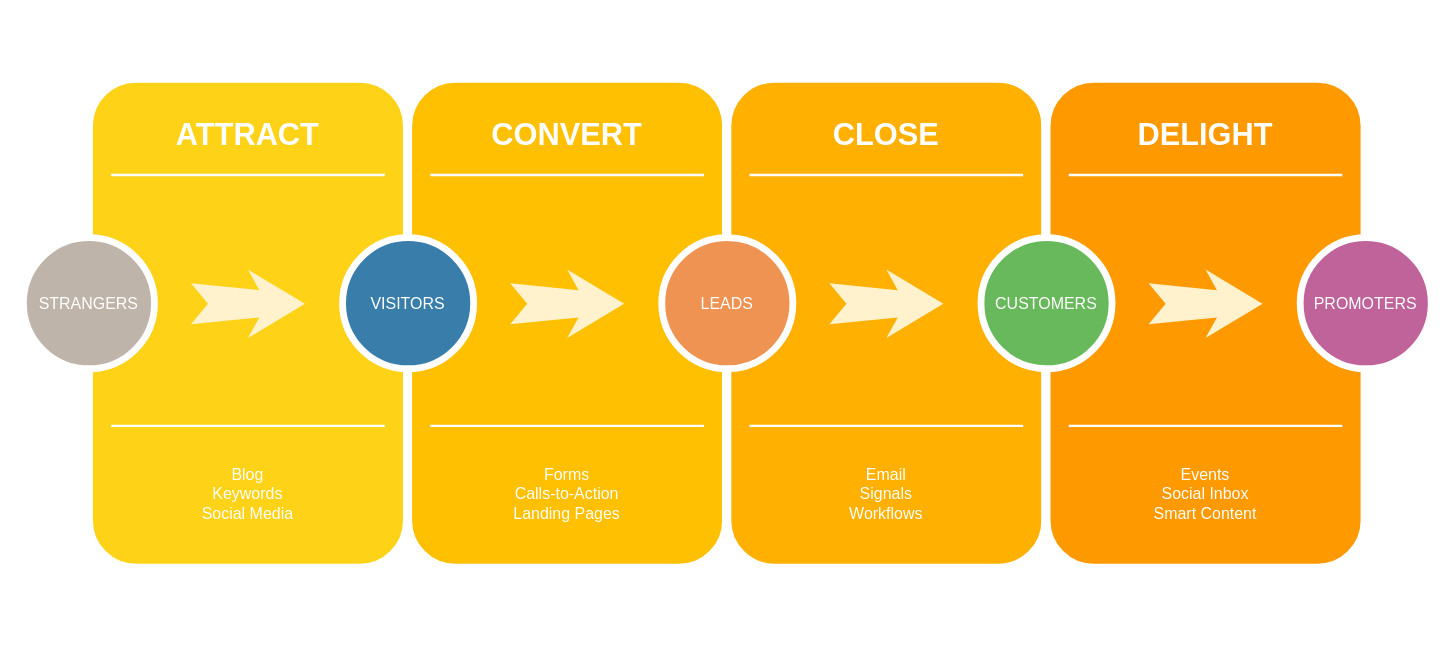
Above: Untitled Diagram.drawio in alonsodiaxz/Cliente-Multimedia (draw.io), before the change. Source tidied: cells renumbered, new cells numbered last; positions are measured from the earlier drawing's top-left corner, leaving out a move shared by most shapes. Both pictures are drawn from the tidied source at 114%, with x=0, y=0 at pixel (23, 78).
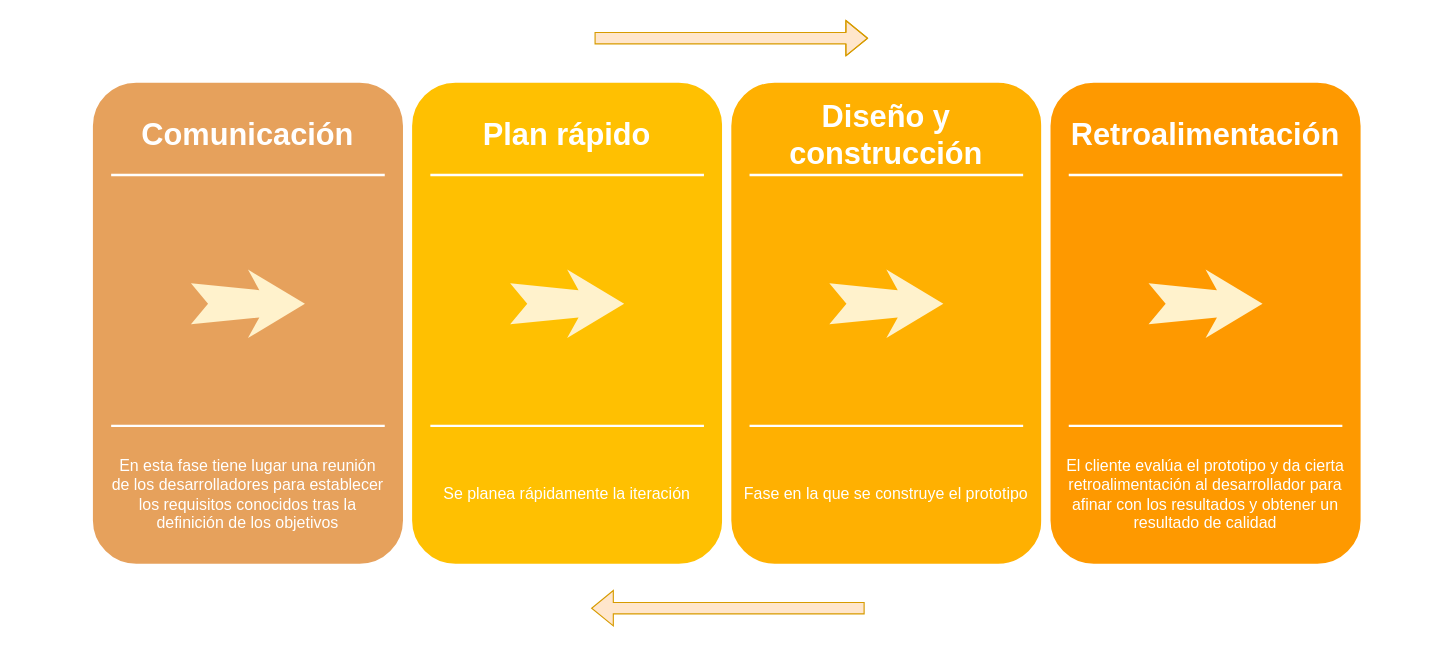
The same page after the edit.

Commit message:
Metodologia de prototipos

Change to the diagram source:
```diff
@@
-    <mxCell id="2" style="whiteSpace=wrap;html=1;rounded=1;shadow=0;strokeWidth=8;fontSize=20;align=center;fillColor=#FED217;strokeColor=#FFFFFF;" parent="1" vertex="1">
+    <mxCell id="2" style="whiteSpace=wrap;html=1;rounded=1;shadow=0;strokeWidth=8;fontSize=20;align=center;fillColor=#E6A15C;strokeColor=#FFFFFF;" parent="1" vertex="1">
       <mxGeometry x="57" width="280" height="430" as="geometry" />
     </mxCell>
-    <mxCell id="3" value="ATTRACT" style="text;html=1;strokeColor=none;fillColor=none;align=center;verticalAlign=middle;whiteSpace=wrap;rounded=0;shadow=0;fontSize=27;fontColor=#FFFFFF;fontStyle=1;" parent="1" vertex="1">
+    <mxCell id="3" value="Comunicación" style="text;html=1;strokeColor=none;fillColor=none;align=center;verticalAlign=middle;whiteSpace=wrap;rounded=0;shadow=0;fontSize=27;fontColor=#FFFFFF;fontStyle=1;" parent="1" vertex="1">
       <mxGeometry x="57" y="20" width="280" height="60" as="geometry" />
     </mxCell>
-    <mxCell id="4" value="Blog&lt;div&gt;Keywords&lt;/div&gt;&lt;div&gt;Social Media&lt;/div&gt;" style="text;html=1;strokeColor=none;fillColor=none;align=center;verticalAlign=middle;whiteSpace=wrap;rounded=0;shadow=0;fontSize=14;fontColor=#FFFFFF;" parent="1" vertex="1">
-      <mxGeometry x="57" y="320" width="280" height="90" as="geometry" />
+    <mxCell id="4" value="En esta fase tiene lugar una reunión de los desarrolladores para establecer los requisitos conocidos tras la definición de los objetivos" style="text;html=1;strokeColor=none;fillColor=none;align=center;verticalAlign=middle;whiteSpace=wrap;rounded=0;shadow=0;fontSize=14;fontColor=#FFFFFF;" parent="1" vertex="1">
+      <mxGeometry x="75" y="327.5" width="244" height="75" as="geometry" />
     </mxCell>
@@
-    <mxCell id="7" value="STRANGERS" style="ellipse;whiteSpace=wrap;html=1;rounded=0;shadow=0;strokeWidth=6;fontSize=14;align=center;fillColor=#BFB4A9;strokeColor=#FFFFFF;fontColor=#FFFFFF;" parent="1" vertex="1">
-      <mxGeometry y="140" width="115" height="115" as="geometry" />
-    </mxCell>
@@
-    <mxCell id="10" value="CONVERT" style="text;html=1;strokeColor=none;fillColor=none;align=center;verticalAlign=middle;whiteSpace=wrap;rounded=0;shadow=0;fontSize=27;fontColor=#FFFFFF;fontStyle=1;" parent="1" vertex="1">
+    <mxCell id="10" value="Plan rápido" style="text;html=1;strokeColor=none;fillColor=none;align=center;verticalAlign=middle;whiteSpace=wrap;rounded=0;shadow=0;fontSize=27;fontColor=#FFFFFF;fontStyle=1;" parent="1" vertex="1">
       <mxGeometry x="337" y="20" width="280" height="60" as="geometry" />
     </mxCell>
-    <mxCell id="11" value="Forms&lt;div&gt;Calls-to-Action&lt;/div&gt;&lt;div&gt;Landing Pages&lt;/div&gt;" style="text;html=1;strokeColor=none;fillColor=none;align=center;verticalAlign=middle;whiteSpace=wrap;rounded=0;shadow=0;fontSize=14;fontColor=#FFFFFF;" parent="1" vertex="1">
+    <mxCell id="11" value="Se planea rápidamente la iteración" style="text;html=1;strokeColor=none;fillColor=none;align=center;verticalAlign=middle;whiteSpace=wrap;rounded=0;shadow=0;fontSize=14;fontColor=#FFFFFF;" parent="1" vertex="1">
       <mxGeometry x="337" y="320" width="280" height="90" as="geometry" />
     </mxCell>
@@
-    <mxCell id="14" value="VISITORS" style="ellipse;whiteSpace=wrap;html=1;rounded=0;shadow=0;strokeWidth=6;fontSize=14;align=center;fillColor=#397DAA;strokeColor=#FFFFFF;fontColor=#FFFFFF;" parent="1" vertex="1">
-      <mxGeometry x="280" y="140" width="115" height="115" as="geometry" />
-    </mxCell>
@@
-    <mxCell id="17" value="CLOSE" style="text;html=1;strokeColor=none;fillColor=none;align=center;verticalAlign=middle;whiteSpace=wrap;rounded=0;shadow=0;fontSize=27;fontColor=#FFFFFF;fontStyle=1;" parent="1" vertex="1">
+    <mxCell id="17" value="Diseño y construcción" style="text;html=1;strokeColor=none;fillColor=none;align=center;verticalAlign=middle;whiteSpace=wrap;rounded=0;shadow=0;fontSize=27;fontColor=#FFFFFF;fontStyle=1;" parent="1" vertex="1">
       <mxGeometry x="617" y="20" width="280" height="60" as="geometry" />
     </mxCell>
-    <mxCell id="18" value="Email&lt;div&gt;Signals&lt;/div&gt;&lt;div&gt;Workflows&lt;/div&gt;" style="text;html=1;strokeColor=none;fillColor=none;align=center;verticalAlign=middle;whiteSpace=wrap;rounded=0;shadow=0;fontSize=14;fontColor=#FFFFFF;" parent="1" vertex="1">
+    <mxCell id="18" value="Fase en la que se construye el prototipo" style="text;html=1;strokeColor=none;fillColor=none;align=center;verticalAlign=middle;whiteSpace=wrap;rounded=0;shadow=0;fontSize=14;fontColor=#FFFFFF;" parent="1" vertex="1">
       <mxGeometry x="617" y="320" width="280" height="90" as="geometry" />
     </mxCell>
@@
-    <mxCell id="21" value="LEADS" style="ellipse;whiteSpace=wrap;html=1;rounded=0;shadow=0;strokeWidth=6;fontSize=14;align=center;fillColor=#EF9353;strokeColor=#FFFFFF;fontColor=#FFFFFF;" parent="1" vertex="1">
-      <mxGeometry x="560" y="140" width="115" height="115" as="geometry" />
-    </mxCell>
@@
-    <mxCell id="24" value="DELIGHT" style="text;html=1;strokeColor=none;fillColor=none;align=center;verticalAlign=middle;whiteSpace=wrap;rounded=0;shadow=0;fontSize=27;fontColor=#FFFFFF;fontStyle=1;" parent="1" vertex="1">
+    <mxCell id="24" value="Retroalimentación" style="text;html=1;strokeColor=none;fillColor=none;align=center;verticalAlign=middle;whiteSpace=wrap;rounded=0;shadow=0;fontSize=27;fontColor=#FFFFFF;fontStyle=1;" parent="1" vertex="1">
       <mxGeometry x="897" y="20" width="280" height="60" as="geometry" />
     </mxCell>
-    <mxCell id="25" value="Events&lt;div&gt;Social Inbox&lt;/div&gt;&lt;div&gt;Smart Content&lt;/div&gt;" style="text;html=1;strokeColor=none;fillColor=none;align=center;verticalAlign=middle;whiteSpace=wrap;rounded=0;shadow=0;fontSize=14;fontColor=#FFFFFF;" parent="1" vertex="1">
+    <mxCell id="25" value="El cliente evalúa el prototipo y da cierta retroalimentación al desarrollador para afinar con los resultados y obtener un resultado de calidad" style="text;html=1;strokeColor=none;fillColor=none;align=center;verticalAlign=middle;whiteSpace=wrap;rounded=0;shadow=0;fontSize=14;fontColor=#FFFFFF;" parent="1" vertex="1">
       <mxGeometry x="897" y="320" width="280" height="90" as="geometry" />
     </mxCell>
@@
-    <mxCell id="28" value="CUSTOMERS" style="ellipse;whiteSpace=wrap;html=1;rounded=0;shadow=0;strokeWidth=6;fontSize=14;align=center;fillColor=#68B85C;strokeColor=#FFFFFF;fontColor=#FFFFFF;" parent="1" vertex="1">
-      <mxGeometry x="840" y="140" width="115" height="115" as="geometry" />
-    </mxCell>
@@
-    <mxCell id="30" value="PROMOTERS" style="ellipse;whiteSpace=wrap;html=1;rounded=0;shadow=0;strokeWidth=6;fontSize=14;align=center;fillColor=#BF639A;strokeColor=#FFFFFF;fontColor=#FFFFFF;" parent="1" vertex="1">
-      <mxGeometry x="1120" y="140" width="115" height="115" as="geometry" />
-    </mxCell>
+    <mxCell id="31" style="shape=flexArrow;endArrow=classic;html=1;rounded=0;fillColor=#ffe6cc;strokeColor=#d79b00;" parent="1" edge="1">
+      <mxGeometry relative="1" as="geometry">
+        <mxPoint x="501" y="-35" as="sourcePoint" />
+        <mxPoint x="741" y="-35" as="targetPoint" />
+        <Array as="points">
+          <mxPoint x="621" y="-35" />
+        </Array>
+      </mxGeometry>
+    </mxCell>
+    <mxCell id="32" style="shape=flexArrow;endArrow=classic;html=1;rounded=0;fillColor=#ffe6cc;strokeColor=#d79b00;" parent="1" edge="1">
+      <mxGeometry relative="1" as="geometry">
+        <mxPoint x="738" y="465" as="sourcePoint" />
+        <mxPoint x="498" y="465" as="targetPoint" />
+      </mxGeometry>
+    </mxCell>
```
